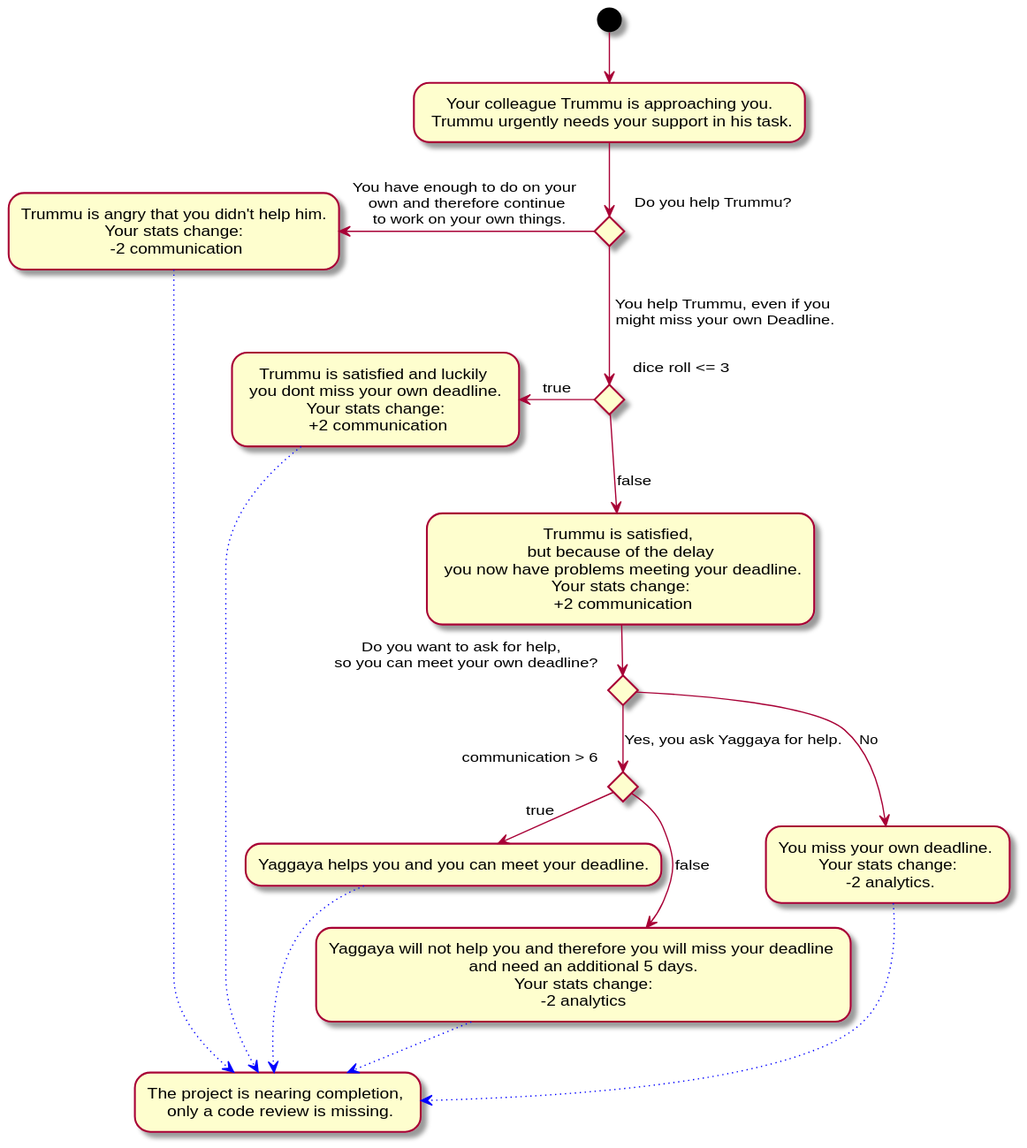
The PlantUML diagram Docs/Technical Specifications/docs/diagrams/StoryFlow/StoryFlow_Decision_13.svg in Brotenko/QualityQuest, before a commit.
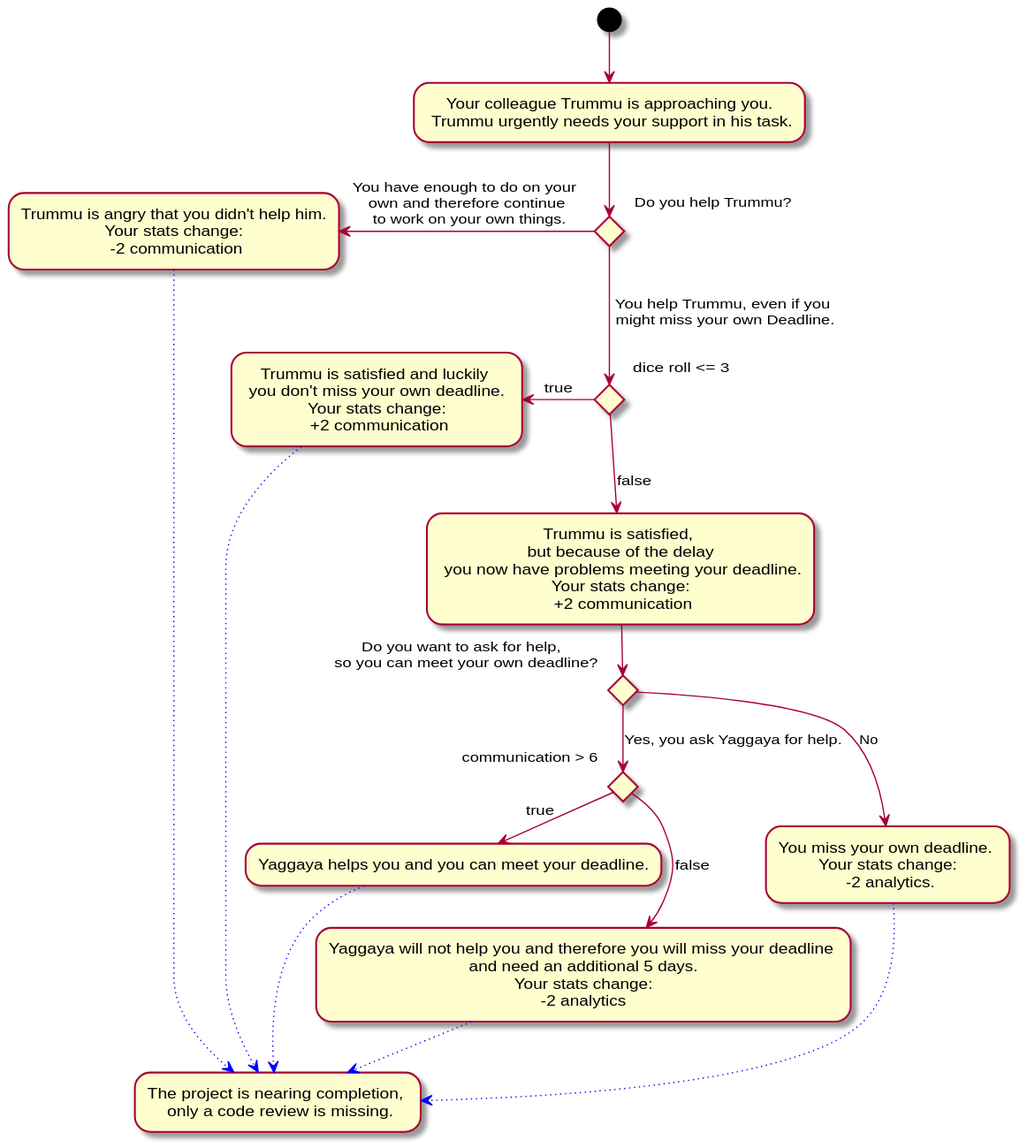
Later version of the same file.

The edit, as a diff of the source:
```diff
@@ -2,7 +2,7 @@
 (*) --> "Your colleague Trummu is approaching you.\n Trummu urgently needs your support in his task."
 if "Do you help Trummu?" then
 --> [You help Trummu, even if you\n might miss your own Deadline.] if "dice roll <= 3" then
--left-> [true] "Trummu is satisfied and luckily \n you dont miss your own deadline. \n Your stats change: \n +2 communication" as helpNoProblem
+-left-> [true] "Trummu is satisfied and luckily \n you don't miss your own deadline. \n Your stats change: \n +2 communication" as helpNoProblem
 else
 --> [false] "Trummu is satisfied, \n but because of the delay \n you now have problems meeting your deadline.\n Your stats change: \n +2 communication"
 if "Do you want to ask for help, \n so you can meet your own deadline?" then
```
